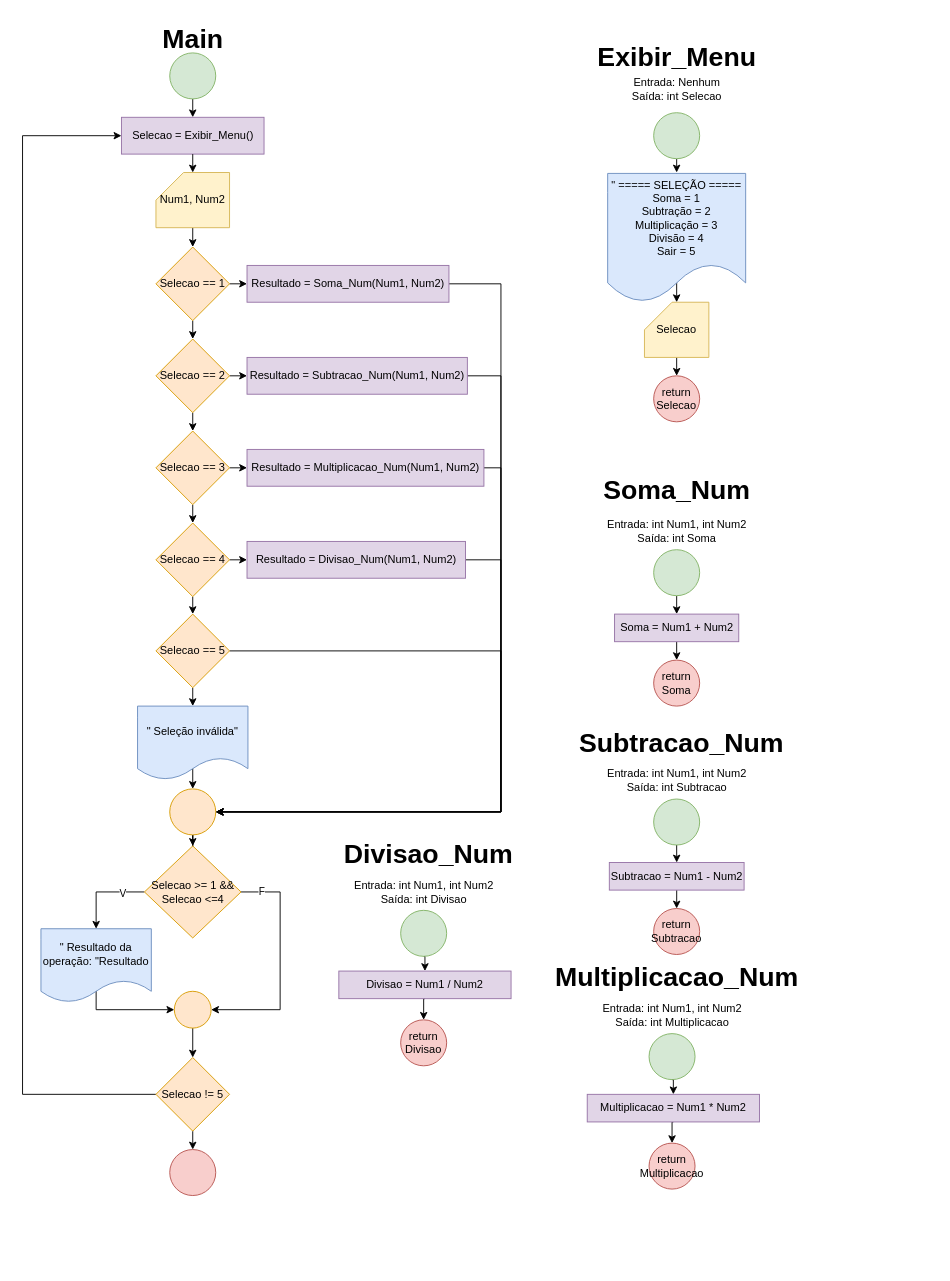
This is Exercício 9/9)Conjunto_Fluxograma.drawio from Johanoliveira/Fun-es_C-, a draw.io file, before an edit. Source tidied: cells renumbered, new cells numbered last; positions are measured from the earlier drawing's top-left corner, leaving out a move shared by most shapes. Both pictures are drawn from the tidied source at 92%, with x=0, y=0 at pixel (22, 16).
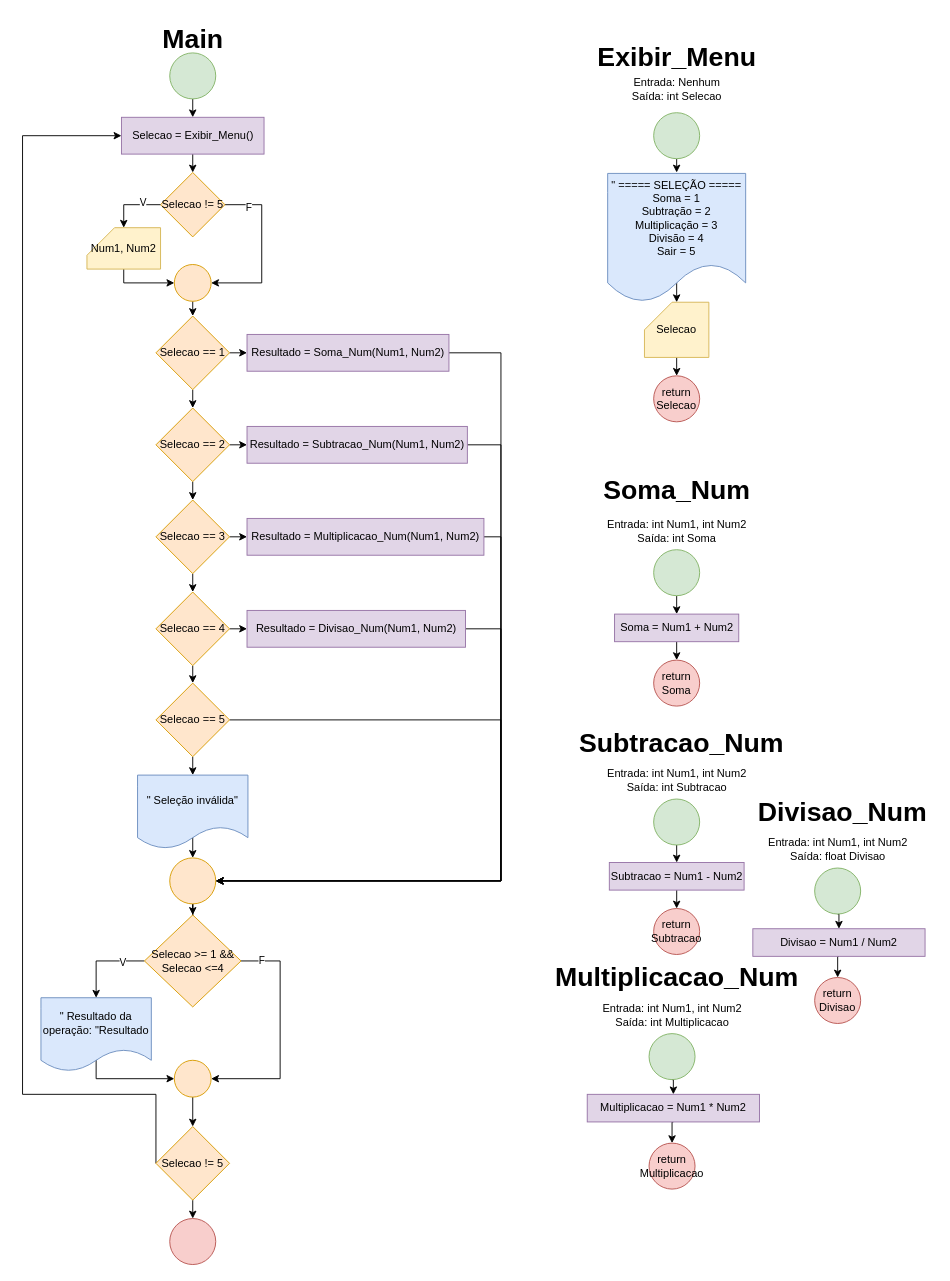
Above is the later version.

Unchanged cells that the change refers to:
```xml
<mxCell id="4" value="Selecao = Exibir_Menu()" style="rounded=0;whiteSpace=wrap;html=1;fillColor=#e1d5e7;strokeColor=#9673a6;" parent="1" vertex="1">
  <mxGeometry x="107.5" y="110" width="155" height="40" as="geometry" />
</mxCell>
```

What changed in the source:
```diff
@@
+    <mxCell id="86" style="edgeStyle=orthogonalEdgeStyle;rounded=0;jettySize=auto;html=1;exitX=0.5;exitY=1;exitDx=0;exitDy=0;entryX=0.5;entryY=0;entryDx=0;entryDy=0;" parent="1" edge="1" source="4" target="90">
+      <mxGeometry relative="1" as="geometry" />
+    </mxCell>
@@
     <mxCell id="7" value="Selecao == 1" style="rhombus;whiteSpace=wrap;html=1;fillColor=#ffe6cc;strokeColor=#d79b00;" parent="1" vertex="1">
-      <mxGeometry x="145" y="251" width="80" height="80" as="geometry" />
+      <mxGeometry x="145" y="326" width="80" height="80" as="geometry" />
     </mxCell>
@@
     <mxCell id="10" value="Selecao == 2" style="rhombus;whiteSpace=wrap;html=1;fillColor=#ffe6cc;strokeColor=#d79b00;" parent="1" vertex="1">
-      <mxGeometry x="145" y="351" width="80" height="80" as="geometry" />
+      <mxGeometry x="145" y="426" width="80" height="80" as="geometry" />
     </mxCell>
@@
     <mxCell id="13" value="Selecao == 3" style="rhombus;whiteSpace=wrap;html=1;fillColor=#ffe6cc;strokeColor=#d79b00;" parent="1" vertex="1">
-      <mxGeometry x="145" y="451" width="80" height="80" as="geometry" />
+      <mxGeometry x="145" y="526" width="80" height="80" as="geometry" />
     </mxCell>
@@
     <mxCell id="16" value="Selecao == 4" style="rhombus;whiteSpace=wrap;html=1;fillColor=#ffe6cc;strokeColor=#d79b00;" parent="1" vertex="1">
-      <mxGeometry x="145" y="551" width="80" height="80" as="geometry" />
+      <mxGeometry x="145" y="626" width="80" height="80" as="geometry" />
     </mxCell>
     <mxCell id="17" style="edgeStyle=orthogonalEdgeStyle;rounded=0;jettySize=auto;html=1;exitX=1;exitY=0.5;exitDx=0;exitDy=0;entryX=1;entryY=0.5;entryDx=0;entryDy=0;" parent="1" edge="1" source="18" target="26">
       <mxGeometry relative="1" as="geometry">
         <Array as="points">
-          <mxPoint x="520" y="291" />
-          <mxPoint x="520" y="865" />
+          <mxPoint x="520" y="366" />
+          <mxPoint x="520" y="940" />
         </Array>
       </mxGeometry>
     </mxCell>
     <mxCell id="18" value="Resultado = Soma_Num(Num1, Num2)" style="rounded=0;whiteSpace=wrap;html=1;fillColor=#e1d5e7;strokeColor=#9673a6;" parent="1" vertex="1">
-      <mxGeometry x="244" y="271" width="219.5" height="40" as="geometry" />
+      <mxGeometry x="244" y="346" width="219.5" height="40" as="geometry" />
     </mxCell>
     <mxCell id="19" style="edgeStyle=orthogonalEdgeStyle;rounded=0;jettySize=auto;html=1;exitX=1;exitY=0.5;exitDx=0;exitDy=0;entryX=1;entryY=0.5;entryDx=0;entryDy=0;" parent="1" edge="1" source="20" target="26">
       <mxGeometry relative="1" as="geometry">
         <Array as="points">
-          <mxPoint x="520" y="391" />
-          <mxPoint x="520" y="865" />
+          <mxPoint x="520" y="466" />
+          <mxPoint x="520" y="940" />
         </Array>
       </mxGeometry>
     </mxCell>
     <mxCell id="20" value="Resultado = Subtracao_Num(Num1, Num2)" style="rounded=0;whiteSpace=wrap;html=1;fillColor=#e1d5e7;strokeColor=#9673a6;" parent="1" vertex="1">
-      <mxGeometry x="244" y="371" width="239.5" height="40" as="geometry" />
+      <mxGeometry x="244" y="446" width="239.5" height="40" as="geometry" />
     </mxCell>
     <mxCell id="21" style="edgeStyle=orthogonalEdgeStyle;rounded=0;jettySize=auto;html=1;exitX=1;exitY=0.5;exitDx=0;exitDy=0;entryX=1;entryY=0.5;entryDx=0;entryDy=0;" parent="1" edge="1" source="22" target="26">
       <mxGeometry relative="1" as="geometry">
         <Array as="points">
-          <mxPoint x="520" y="491" />
-          <mxPoint x="520" y="865" />
+          <mxPoint x="520" y="566" />
+          <mxPoint x="520" y="940" />
         </Array>
       </mxGeometry>
     </mxCell>
     <mxCell id="22" value="Resultado = Multiplicacao_Num(Num1, Num2)" style="rounded=0;whiteSpace=wrap;html=1;fillColor=#e1d5e7;strokeColor=#9673a6;" parent="1" vertex="1">
-      <mxGeometry x="244" y="471" width="257.5" height="40" as="geometry" />
+      <mxGeometry x="244" y="546" width="257.5" height="40" as="geometry" />
     </mxCell>
     <mxCell id="23" style="edgeStyle=orthogonalEdgeStyle;rounded=0;jettySize=auto;html=1;exitX=1;exitY=0.5;exitDx=0;exitDy=0;entryX=1;entryY=0.5;entryDx=0;entryDy=0;" parent="1" edge="1" source="24" target="26">
       <mxGeometry relative="1" as="geometry">
         <Array as="points">
-          <mxPoint x="520" y="591" />
-          <mxPoint x="520" y="865" />
+          <mxPoint x="520" y="666" />
+          <mxPoint x="520" y="940" />
         </Array>
       </mxGeometry>
     </mxCell>
     <mxCell id="24" value="Resultado = Divisao_Num(Num1, Num2)" style="rounded=0;whiteSpace=wrap;html=1;fillColor=#e1d5e7;strokeColor=#9673a6;" parent="1" vertex="1">
-      <mxGeometry x="244" y="571" width="237.5" height="40" as="geometry" />
+      <mxGeometry x="244" y="646" width="237.5" height="40" as="geometry" />
     </mxCell>
@@
     <mxCell id="26" style="ellipse;whiteSpace=wrap;html=1;fillColor=#ffe6cc;strokeColor=#d79b00;" parent="1" vertex="1">
-      <mxGeometry x="160" y="840" width="50" height="50" as="geometry" />
+      <mxGeometry x="160" y="915" width="50" height="50" as="geometry" />
     </mxCell>
     <mxCell id="27" style="ellipse;whiteSpace=wrap;html=1;fillColor=#f8cecc;strokeColor=#b85450;" parent="1" vertex="1">
-      <mxGeometry x="160" y="1232" width="50" height="50" as="geometry" />
+      <mxGeometry x="160" y="1307" width="50" height="50" as="geometry" />
     </mxCell>
@@
     <mxCell id="45" value="Selecao != 5" style="rhombus;whiteSpace=wrap;html=1;fillColor=#ffe6cc;strokeColor=#d79b00;" parent="1" vertex="1">
-      <mxGeometry x="145" y="1132" width="80" height="80" as="geometry" />
+      <mxGeometry x="145" y="1207" width="80" height="80" as="geometry" />
     </mxCell>
@@
     <mxCell id="48" style="edgeStyle=orthogonalEdgeStyle;rounded=0;jettySize=auto;html=1;exitX=1;exitY=0.5;exitDx=0;exitDy=0;entryX=1;entryY=0.5;entryDx=0;entryDy=0;" parent="1" edge="1" source="50" target="54">
       <mxGeometry relative="1" as="geometry">
         <Array as="points">
-          <mxPoint x="280" y="952" />
-          <mxPoint x="280" y="1080" />
+          <mxPoint x="280" y="1027" />
+          <mxPoint x="280" y="1155" />
         </Array>
       </mxGeometry>
     </mxCell>
@@
     <mxCell id="50" value="Selecao &amp;gt;= 1 &amp;amp;&amp;amp; Selecao &amp;lt;=4" style="rhombus;whiteSpace=wrap;html=1;fillColor=#ffe6cc;strokeColor=#d79b00;" parent="1" vertex="1">
-      <mxGeometry x="132.5" y="902" width="105" height="100" as="geometry" />
+      <mxGeometry x="132.5" y="977" width="105" height="100" as="geometry" />
     </mxCell>
     <mxCell id="51" style="edgeStyle=orthogonalEdgeStyle;rounded=0;jettySize=auto;html=1;exitX=0.5;exitY=0;exitDx=0;exitDy=0;entryX=0;entryY=0.5;entryDx=0;entryDy=0;" parent="1" edge="1" source="52" target="54">
       <mxGeometry relative="1" as="geometry">
         <Array as="points">
-          <mxPoint x="80" y="1080" />
+          <mxPoint x="80" y="1155" />
         </Array>
       </mxGeometry>
     </mxCell>
     <mxCell id="52" value="&quot; Resultado da operação: &quot;Resultado" style="shape=document;whiteSpace=wrap;html=1;boundedLbl=1;fillColor=#dae8fc;strokeColor=#6c8ebf;" parent="1" vertex="1">
-      <mxGeometry x="20" y="992" width="120" height="80" as="geometry" />
+      <mxGeometry x="20" y="1067" width="120" height="80" as="geometry" />
     </mxCell>
@@
     <mxCell id="54" style="ellipse;whiteSpace=wrap;html=1;fillColor=#ffe6cc;strokeColor=#d79b00;" parent="1" vertex="1">
-      <mxGeometry x="165" y="1060" width="40" height="40" as="geometry" />
+      <mxGeometry x="165" y="1135" width="40" height="40" as="geometry" />
     </mxCell>
-    <mxCell id="55" style="edgeStyle=orthogonalEdgeStyle;rounded=0;jettySize=auto;html=1;exitX=0.5;exitY=1;exitDx=0;exitDy=0;exitPerimeter=0;entryX=0.5;entryY=0;entryDx=0;entryDy=0;" parent="1" edge="1" source="56" target="7">
-      <mxGeometry relative="1" as="geometry" />
-    </mxCell>
+    <mxCell id="87" style="edgeStyle=orthogonalEdgeStyle;rounded=0;jettySize=auto;html=1;exitX=0.5;exitY=1;exitDx=0;exitDy=0;exitPerimeter=0;entryX=0;entryY=0.5;entryDx=0;entryDy=0;" parent="1" edge="1" source="56" target="94">
+      <mxGeometry relative="1" as="geometry">
+        <Array as="points">
+          <mxPoint x="110" y="290" />
+        </Array>
+      </mxGeometry>
+    </mxCell>
     <mxCell id="56" value="Num1, Num2" style="shape=card;whiteSpace=wrap;html=1;fillColor=#fff2cc;strokeColor=#d6b656;" parent="1" vertex="1">
-      <mxGeometry x="145" y="170" width="80" height="60" as="geometry" />
+      <mxGeometry x="70" y="230" width="80" height="45" as="geometry" />
     </mxCell>
-    <mxCell id="57" style="edgeStyle=orthogonalEdgeStyle;rounded=0;jettySize=auto;html=1;exitX=0.5;exitY=1;exitDx=0;exitDy=0;entryX=0.5;entryY=0;entryDx=0;entryDy=0;entryPerimeter=0;" parent="1" edge="1" source="4" target="56">
-      <mxGeometry relative="1" as="geometry" />
-    </mxCell>
@@
     <mxCell id="65" style="edgeStyle=orthogonalEdgeStyle;rounded=0;jettySize=auto;html=1;exitX=1;exitY=0.5;exitDx=0;exitDy=0;entryX=1;entryY=0.5;entryDx=0;entryDy=0;" parent="1" edge="1" source="67" target="26">
       <mxGeometry relative="1" as="geometry">
         <Array as="points">
-          <mxPoint x="520" y="690" />
-          <mxPoint x="520" y="865" />
+          <mxPoint x="520" y="765" />
+          <mxPoint x="520" y="940" />
         </Array>
       </mxGeometry>
     </mxCell>
@@
     <mxCell id="67" value="Selecao == 5" style="rhombus;whiteSpace=wrap;html=1;fillColor=#ffe6cc;strokeColor=#d79b00;" parent="1" vertex="1">
-      <mxGeometry x="145" y="650" width="80" height="80" as="geometry" />
+      <mxGeometry x="145" y="725" width="80" height="80" as="geometry" />
     </mxCell>
     <mxCell id="68" style="edgeStyle=orthogonalEdgeStyle;rounded=0;jettySize=auto;html=1;exitX=0.5;exitY=0;exitDx=0;exitDy=0;entryX=0.5;entryY=0;entryDx=0;entryDy=0;" parent="1" edge="1" source="69" target="26">
       <mxGeometry relative="1" as="geometry">
         <Array as="points">
-          <mxPoint x="185" y="780" />
-          <mxPoint x="185" y="780" />
+          <mxPoint x="185" y="855" />
+          <mxPoint x="185" y="855" />
         </Array>
       </mxGeometry>
     </mxCell>
     <mxCell id="69" value="&quot; Seleção inválida&quot;" style="shape=document;whiteSpace=wrap;html=1;boundedLbl=1;fillColor=#dae8fc;strokeColor=#6c8ebf;" parent="1" vertex="1">
-      <mxGeometry x="125" y="750" width="120" height="80" as="geometry" />
+      <mxGeometry x="125" y="825" width="120" height="80" as="geometry" />
     </mxCell>
@@
     <mxCell id="77" value="Divisao_Num" style="text;html=1;align=center;verticalAlign=middle;strokeColor=none;fillColor=none;fontSize=29;fontStyle=1;" parent="1" vertex="1">
-      <mxGeometry x="341" y="886" width="200" height="50" as="geometry" />
+      <mxGeometry x="791" y="840" width="200" height="50" as="geometry" />
     </mxCell>
-    <mxCell id="78" value="Entrada: int Num1, int Num2&lt;div&gt;Saída: int Divisao&lt;/div&gt;" style="text;html=1;align=center;verticalAlign=middle;strokeColor=none;fillColor=none;" parent="1" vertex="1">
-      <mxGeometry x="351" y="932" width="170" height="40" as="geometry" />
+    <mxCell id="78" value="Entrada: int Num1, int Num2&lt;div&gt;Saída: float Divisao&lt;/div&gt;" style="text;html=1;align=center;verticalAlign=middle;strokeColor=none;fillColor=none;" parent="1" vertex="1">
+      <mxGeometry x="801" y="886" width="170" height="40" as="geometry" />
     </mxCell>
@@
     <mxCell id="80" style="ellipse;whiteSpace=wrap;html=1;fillColor=#d5e8d4;strokeColor=#82b366;" parent="1" vertex="1">
-      <mxGeometry x="411" y="972" width="50" height="50" as="geometry" />
+      <mxGeometry x="861" y="926" width="50" height="50" as="geometry" />
     </mxCell>
@@
     <mxCell id="82" value="Divisao = Num1 / Num2" style="rounded=0;whiteSpace=wrap;html=1;fillColor=#e1d5e7;strokeColor=#9673a6;" parent="1" vertex="1">
-      <mxGeometry x="343.8" y="1038" width="187.2" height="30" as="geometry" />
+      <mxGeometry x="793.8" y="992" width="187.2" height="30" as="geometry" />
     </mxCell>
     <mxCell id="83" value="return&lt;div&gt;Divisao&lt;/div&gt;" style="ellipse;whiteSpace=wrap;html=1;fillColor=#f8cecc;strokeColor=#b85450;" parent="1" vertex="1">
-      <mxGeometry x="411" y="1091" width="50" height="50" as="geometry" />
+      <mxGeometry x="861" y="1045" width="50" height="50" as="geometry" />
     </mxCell>
@@
+    <mxCell id="88" style="edgeStyle=orthogonalEdgeStyle;rounded=0;jettySize=auto;html=1;exitX=1;exitY=0.5;exitDx=0;exitDy=0;entryX=1;entryY=0.5;entryDx=0;entryDy=0;" parent="1" edge="1" source="90" target="94">
+      <mxGeometry relative="1" as="geometry">
+        <Array as="points">
+          <mxPoint x="260" y="205" />
+          <mxPoint x="260" y="290" />
+        </Array>
+      </mxGeometry>
+    </mxCell>
+    <mxCell id="89" value="F" style="edgeLabel;html=1;align=center;verticalAlign=middle;" parent="88" vertex="1">
+      <mxGeometry x="-0.72" y="-2" relative="1" as="geometry" />
+    </mxCell>
+    <mxCell id="90" value="Selecao != 5" style="rhombus;whiteSpace=wrap;html=1;fillColor=#ffe6cc;strokeColor=#d79b00;" parent="1" vertex="1">
+      <mxGeometry x="150" y="170" width="70" height="70" as="geometry" />
+    </mxCell>
+    <mxCell id="91" style="edgeStyle=orthogonalEdgeStyle;rounded=0;jettySize=auto;html=1;exitX=0;exitY=0.5;exitDx=0;exitDy=0;entryX=0.5;entryY=0;entryDx=0;entryDy=0;entryPerimeter=0;" parent="1" edge="1" source="90" target="56">
+      <mxGeometry relative="1" as="geometry" />
+    </mxCell>
+    <mxCell id="92" value="V" style="edgeLabel;html=1;align=center;verticalAlign=middle;" parent="91" vertex="1">
+      <mxGeometry x="-0.4" y="-3" relative="1" as="geometry" />
+    </mxCell>
+    <mxCell id="93" style="edgeStyle=orthogonalEdgeStyle;rounded=0;jettySize=auto;html=1;exitX=0.5;exitY=1;exitDx=0;exitDy=0;entryX=0.5;entryY=0;entryDx=0;entryDy=0;" parent="1" edge="1" source="94" target="7">
+      <mxGeometry relative="1" as="geometry" />
+    </mxCell>
+    <mxCell id="94" style="ellipse;whiteSpace=wrap;html=1;fillColor=#ffe6cc;strokeColor=#d79b00;" parent="1" vertex="1">
+      <mxGeometry x="165" y="270" width="40" height="40" as="geometry" />
+    </mxCell>
```
